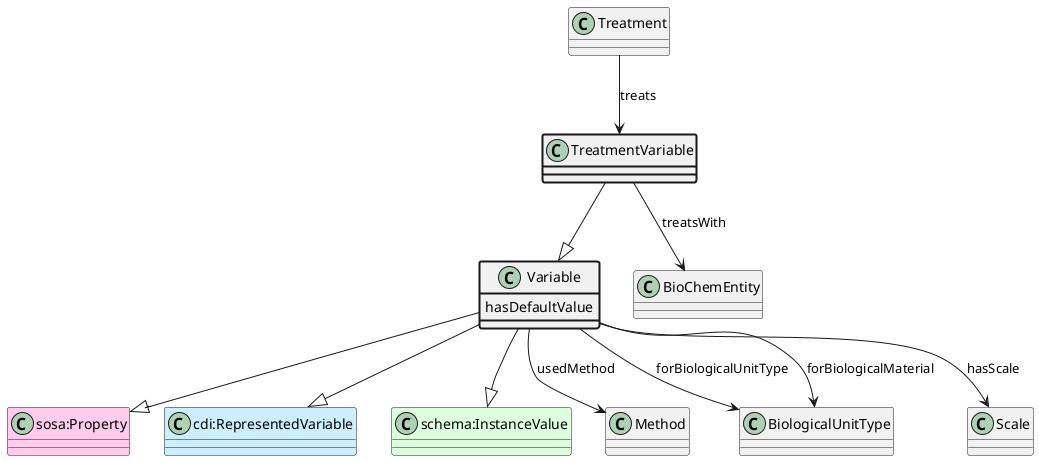
aus-plant-phenomics-network/appn-schema keeps this PlantUML diagram as ttl_uml/ttl_appn_TreatmentVariable.png. Above is the earlier version.
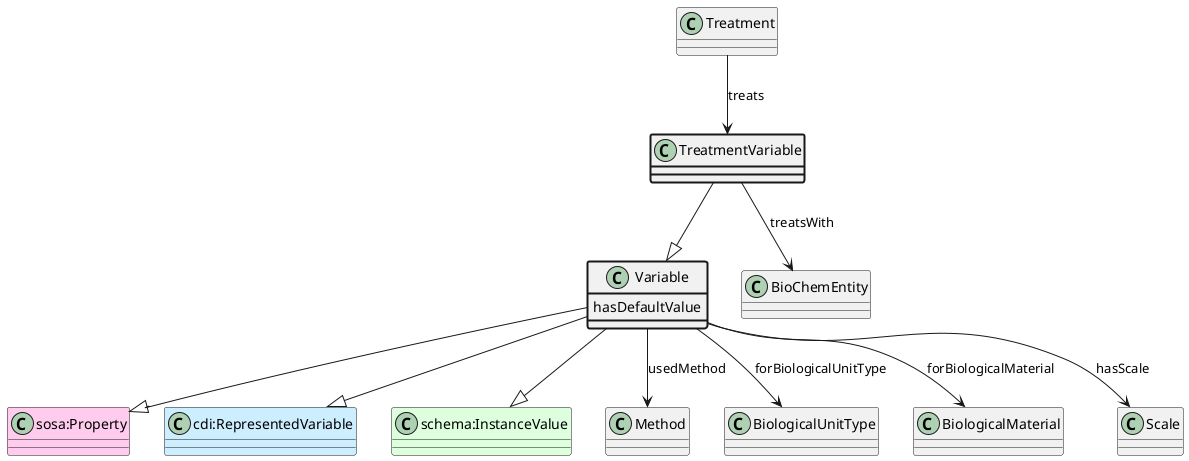
After the commit.

Change to the diagram source:
```diff
@@ -19,8 +19,8 @@
 Variable --> Method : usedMethod
 class BiologicalUnitType
 Variable --> BiologicalUnitType : forBiologicalUnitType
-class BiologicalUnitType
-Variable --> BiologicalUnitType : forBiologicalMaterial
+class BiologicalMaterial
+Variable --> BiologicalMaterial : forBiologicalMaterial
 class Scale
 Variable --> Scale : hasScale
 @enduml
```
